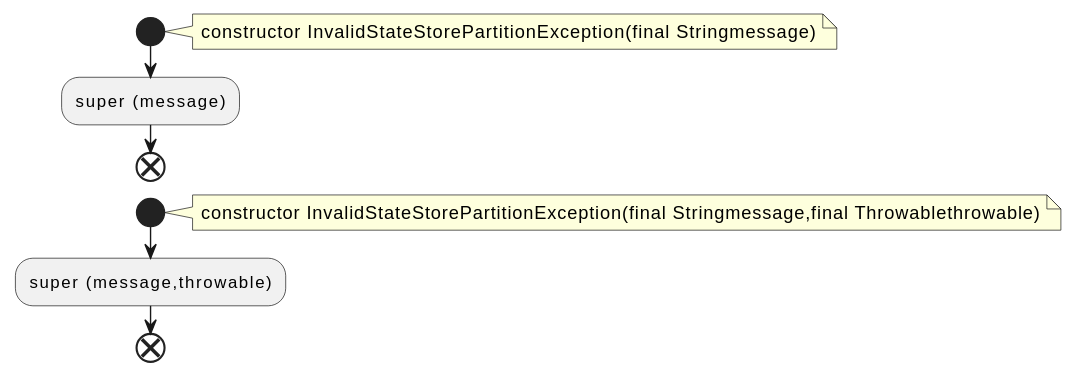
This is docs/qc/streams/src/main/java/org/apache/kafka/streams/errors/InvalidStateStorePartitionException.java.fct.svg from qualitesys/kafka, a PlantUML export, as it was before one commit.
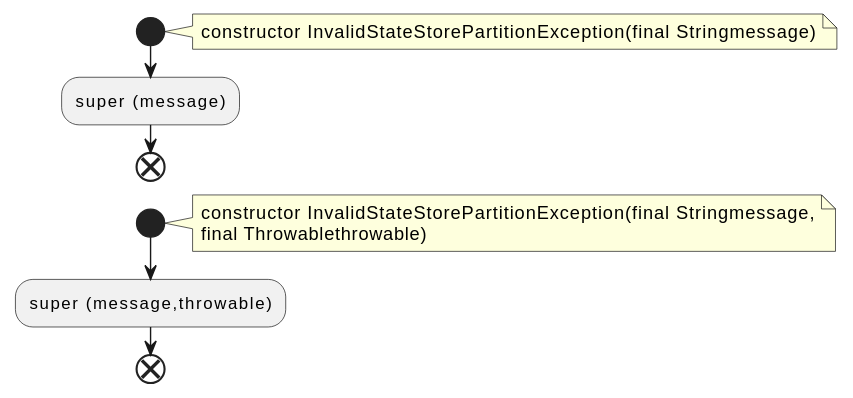
Above is the later version.

Change to the diagram source:
```diff
@@ -8,7 +8,8 @@
 end
 start
 note right
-constructor InvalidStateStorePartitionException(final Stringmessage,final Throwablethrowable)
+constructor InvalidStateStorePartitionException(final Stringmessage,
+final Throwablethrowable)
 end note
 :super (message,throwable);
 end
```
